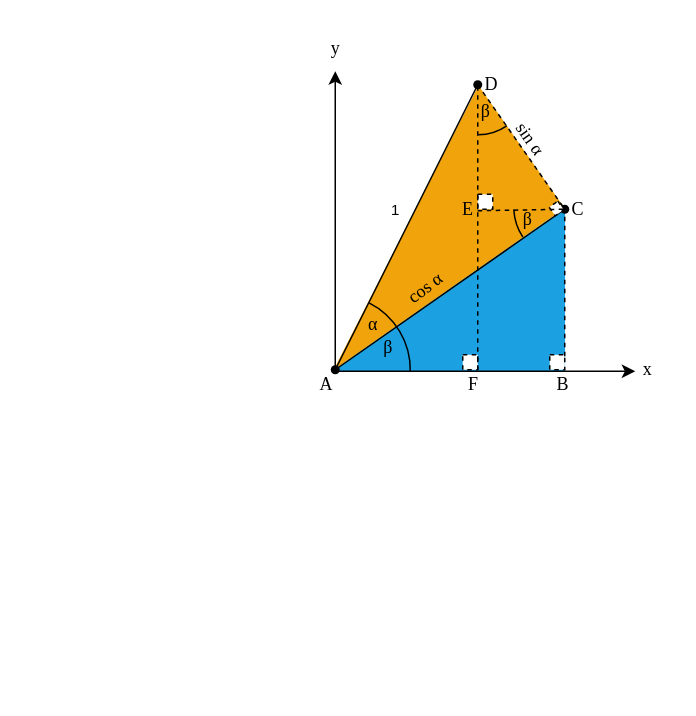
Above: Computer_Graphics/Angle_Addition_Property_Sine.drawio in annihilateRed0/Diagrams (draw.io), before the change. Source tidied: cells renumbered, new cells numbered last; positions are measured from the earlier drawing's top-left corner, leaving out a move shared by most shapes. Both pictures are drawn from the tidied source at 150%, with x=0, y=0 at pixel (260, 26).
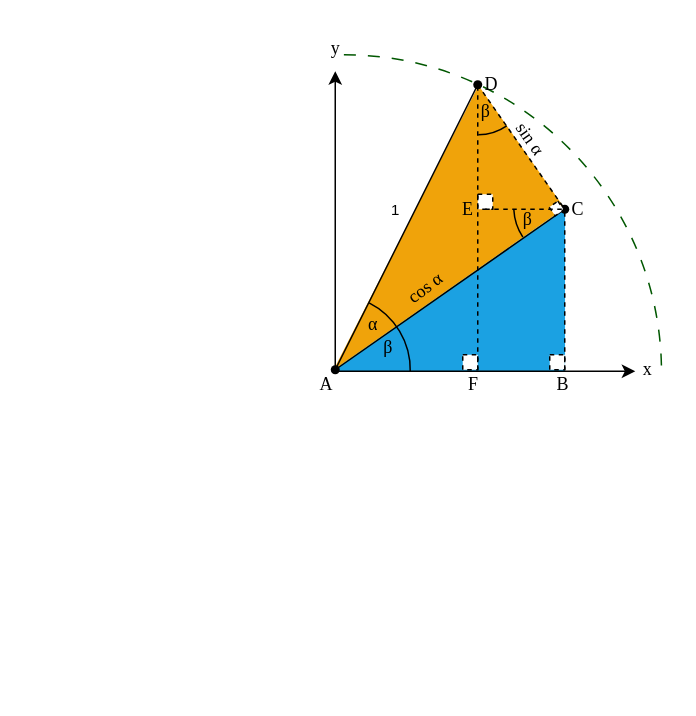
After the change.

Unchanged cells that the change refers to:
```xml
<mxCell id="22" value="&#10;" style="shape=waypoint;sketch=0;size=6;points=[];fillColor=none;perimeter=centerPerimeter;snapToPoint=1;" parent="21" vertex="1">
  <mxGeometry width="20" height="20" as="geometry" />
</mxCell>
<mxCell id="23" value="&lt;div align=&quot;left&quot;&gt;&lt;font face=&quot;Times New Roman&quot;&gt;&amp;nbsp;C&lt;/font&gt;&lt;/div&gt;" style="text;html=1;align=left;verticalAlign=middle;whiteSpace=wrap;rounded=0;" parent="21" vertex="1">
  <mxGeometry x="10" width="40" height="20" as="geometry" />
</mxCell>
<mxCell id="28" value="&lt;div align=&quot;left&quot;&gt;&lt;font face=&quot;Times New Roman&quot;&gt;&amp;nbsp;B&lt;/font&gt;&lt;/div&gt;" style="text;html=1;align=left;verticalAlign=middle;whiteSpace=wrap;rounded=0;" parent="2" vertex="1">
  <mxGeometry x="158" y="229" width="40" height="20" as="geometry" />
</mxCell>
```

Change to the diagram source:
```diff
@@
+    <mxCell id="40" style="verticalLabelPosition=bottom;verticalAlign=top;html=1;shape=mxgraph.basic.arc;startAngle=0;endAngle=0.2484085036175459;dashed=1;dashPattern=8 8;fillColor=#008a00;fontColor=#ffffff;strokeColor=#005700;" parent="1" vertex="1">
+      <mxGeometry x="-156" y="19" width="423.5" height="423.5" as="geometry" />
+    </mxCell>
     <mxCell id="2" style="group;" parent="1" vertex="1">
-      <mxGeometry x="35" width="238" height="279" as="geometry" />
+      <mxGeometry x="35" width="238" height="359" as="geometry" />
     </mxCell>
@@
+    <mxCell id="39" style="endArrow=none;html=1;rounded=0;entryX=0;entryY=0.5;entryDx=0;entryDy=0;dashed=1;strokeWidth=1;jumpSize=6;" parent="2" edge="1" target="23">
+      <mxGeometry relative="1" as="geometry">
+        <mxPoint x="115" y="122" as="sourcePoint" />
+      </mxGeometry>
+    </mxCell>
-    <mxCell id="38" style="endArrow=none;html=1;rounded=0;entryX=0.457;entryY=0.671;entryDx=0;entryDy=0;entryPerimeter=0;dashed=1;" parent="1" edge="1" target="22">
-      <mxGeometry relative="1" as="geometry">
-        <mxPoint x="203" y="220" as="sourcePoint" />
-      </mxGeometry>
+    <mxCell id="38" style="endArrow=none;html=1;rounded=0;entryX=0.457;entryY=0.671;entryDx=0;entryDy=0;entryPerimeter=0;dashed=1;exitX=0.25;exitY=0;exitDx=0;exitDy=0;" parent="2" edge="1" source="28" target="22">
+      <mxGeometry relative="1" as="geometry" />
     </mxCell>
-    <mxCell id="39" style="endArrow=none;html=1;rounded=0;entryX=0;entryY=0.5;entryDx=0;entryDy=0;dashed=1;" parent="1" edge="1" target="23">
-      <mxGeometry relative="1" as="geometry">
-        <mxPoint x="145" y="123" as="sourcePoint" />
-      </mxGeometry>
-    </mxCell>
```
